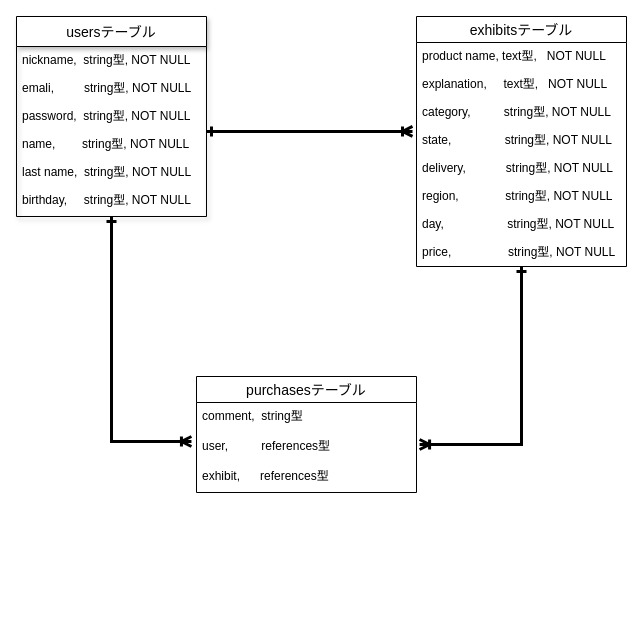
Earlier version of the draw.io diagram furima.dio (gurani115/furima-33418). Source tidied: cells renumbered, new cells numbered last; positions are measured from the earlier drawing's top-left corner, leaving out a move shared by most shapes. Both pictures are drawn from the tidied source at 100%, with x=0, y=0 at pixel (16, 16).
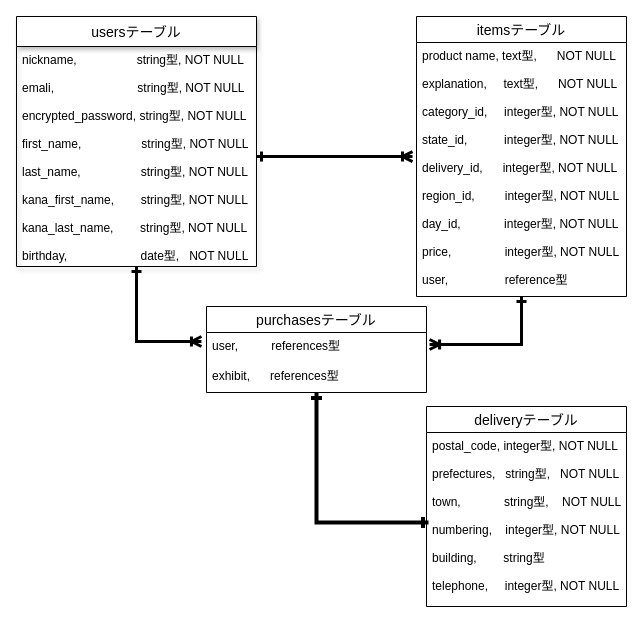
Above is the later version.

What changed in the source:
```diff
@@
 <mxGraphModel>
   <root>
     <mxCell id="0" />
     <mxCell id="1" parent="0" />
     <mxCell id="2" style="edgeStyle=orthogonalEdgeStyle;rounded=0;jettySize=auto;html=1;entryX=-0.023;entryY=0.3;entryDx=0;entryDy=0;entryPerimeter=0;startArrow=ERone;startFill=0;endArrow=ERoneToMany;endFill=0;strokeWidth=3;" parent="1" edge="1" source="3" target="11">
       <mxGeometry relative="1" as="geometry" />
     </mxCell>
     <mxCell id="3" value="usersテーブル" style="swimlane;fontStyle=0;horizontal=1;startSize=30;align=center;fontSize=14;shadow=1;" parent="1" vertex="1">
-      <mxGeometry width="190" height="200" as="geometry" />
+      <mxGeometry width="240" height="250" as="geometry" />
     </mxCell>
-    <mxCell id="4" value="nickname,  string型, NOT NULL&#10;&#10;emali,         string型, NOT NULL&#10;&#10;password,  string型, NOT NULL &#10;&#10;name,        string型, NOT NULL&#10;&#10;last name,  string型, NOT NULL&#10;&#10;birthday,     string型, NOT NULL" style="text;strokeColor=none;fillColor=none;spacingLeft=4;spacingRight=4;overflow=hidden;points=[[0,0.5],[1,0.5]];portConstraint=eastwest;fontSize=12;align=left;" parent="3" vertex="1">
-      <mxGeometry y="30" width="190" height="170" as="geometry" />
+    <mxCell id="4" value="nickname,                  string型, NOT NULL&#10;&#10;emali,                         string型, NOT NULL&#10;&#10;encrypted_password, string型, NOT NULL &#10;&#10;first_name,                  string型, NOT NULL&#10;&#10;last_name,                  string型, NOT NULL&#10;&#10;kana_first_name,        string型, NOT NULL&#10;&#10;kana_last_name,        string型, NOT NULL&#10;&#10;birthday,                      date型,   NOT NULL" style="text;strokeColor=none;fillColor=none;spacingLeft=4;spacingRight=4;overflow=hidden;points=[[0,0.5],[1,0.5]];portConstraint=eastwest;fontSize=12;align=left;" parent="3" vertex="1">
+      <mxGeometry y="30" width="240" height="220" as="geometry" />
     </mxCell>
     <mxCell id="5" style="edgeStyle=orthogonalEdgeStyle;rounded=0;jettySize=auto;html=1;entryX=1.014;entryY=0.4;entryDx=0;entryDy=0;entryPerimeter=0;startArrow=ERone;startFill=0;endArrow=ERoneToMany;endFill=0;strokeWidth=3;" parent="1" edge="1" source="6" target="11">
       <mxGeometry relative="1" as="geometry" />
     </mxCell>
-    <mxCell id="6" value="exhibitsテーブル" style="swimlane;fontStyle=0;horizontal=1;startSize=26;align=center;fontSize=14;" parent="1" vertex="1">
-      <mxGeometry x="400" width="210" height="250" as="geometry" />
+    <mxCell id="6" value="itemsテーブル" style="swimlane;fontStyle=0;horizontal=1;startSize=26;align=center;fontSize=14;" parent="1" vertex="1">
+      <mxGeometry x="400" width="210" height="280" as="geometry" />
     </mxCell>
-    <mxCell id="7" value="product name, text型,   NOT NULL&#10;&#10;explanation,     text型,   NOT NULL&#10;&#10;category,          string型, NOT NULL&#10;&#10;state,                string型, NOT NULL&#10;&#10;delivery,            string型, NOT NULL&#10;&#10;region,              string型, NOT NULL&#10;&#10;day,                   string型, NOT NULL&#10;&#10;price,                 string型, NOT NULL&#10;" style="text;strokeColor=none;fillColor=none;spacingLeft=4;spacingRight=4;overflow=hidden;points=[[0,0.5],[1,0.5]];portConstraint=eastwest;fontSize=12;" parent="6" vertex="1">
-      <mxGeometry y="26" width="210" height="224" as="geometry" />
+    <mxCell id="7" value="product name, text型,      NOT NULL&#10;&#10;explanation,     text型,      NOT NULL&#10;&#10;category_id,     integer型, NOT NULL&#10;&#10;state_id,           integer型, NOT NULL&#10;&#10;delivery_id,      integer型, NOT NULL&#10;&#10;region_id,         integer型, NOT NULL&#10;&#10;day_id,             integer型, NOT NULL&#10;&#10;price,                integer型, NOT NULL&#10;&#10;user,                 reference型&#10;" style="text;strokeColor=none;fillColor=none;spacingLeft=4;spacingRight=4;overflow=hidden;points=[[0,0.5],[1,0.5]];portConstraint=eastwest;fontSize=12;" parent="6" vertex="1">
+      <mxGeometry y="26" width="210" height="254" as="geometry" />
     </mxCell>
-    <mxCell id="8" style="edgeStyle=orthogonalEdgeStyle;rounded=0;jettySize=auto;html=1;entryX=-0.019;entryY=0.397;entryDx=0;entryDy=0;entryPerimeter=0;startArrow=ERone;startFill=0;endArrow=ERoneToMany;endFill=0;strokeWidth=3;" parent="1" edge="1" source="4" target="7">
+    <mxCell id="8" style="edgeStyle=orthogonalEdgeStyle;rounded=0;jettySize=auto;html=1;entryX=-0.019;entryY=0.449;entryDx=0;entryDy=0;entryPerimeter=0;startArrow=ERone;startFill=0;endArrow=ERoneToMany;endFill=0;strokeWidth=3;" parent="1" edge="1" source="4" target="7">
       <mxGeometry relative="1" as="geometry" />
     </mxCell>
+    <mxCell id="13" style="edgeStyle=orthogonalEdgeStyle;rounded=0;jettySize=auto;html=1;entryX=0.01;entryY=0.517;entryDx=0;entryDy=0;entryPerimeter=0;startArrow=ERone;startFill=0;endArrow=ERone;endFill=0;strokeWidth=4;" parent="1" edge="1" source="9" target="15">
+      <mxGeometry relative="1" as="geometry" />
+    </mxCell>
     <mxCell id="9" value="purchasesテーブル" style="swimlane;fontStyle=0;horizontal=1;startSize=26;align=center;fontSize=14;" parent="1" vertex="1">
-      <mxGeometry x="180" y="360" width="220" height="116" as="geometry" />
+      <mxGeometry x="190" y="290" width="220" height="86" as="geometry" />
     </mxCell>
-    <mxCell id="10" value="comment,  string型" style="text;strokeColor=none;fillColor=none;spacingLeft=4;spacingRight=4;overflow=hidden;fontSize=12;" parent="9" vertex="1">
-      <mxGeometry y="26" width="220" height="30" as="geometry" />
-    </mxCell>
     <mxCell id="11" value="user,          references型" style="text;strokeColor=none;fillColor=none;spacingLeft=4;spacingRight=4;overflow=hidden;points=[[0,0.5],[1,0.5]];portConstraint=eastwest;fontSize=12;" parent="9" vertex="1">
-      <mxGeometry y="56" width="220" height="30" as="geometry" />
+      <mxGeometry y="26" width="220" height="30" as="geometry" />
     </mxCell>
     <mxCell id="12" value="exhibit,      references型" style="text;strokeColor=none;fillColor=none;spacingLeft=4;spacingRight=4;overflow=hidden;fontSize=12;" parent="9" vertex="1">
-      <mxGeometry y="86" width="220" height="30" as="geometry" />
+      <mxGeometry y="56" width="220" height="30" as="geometry" />
     </mxCell>
+    <mxCell id="14" value="deliveryテーブル" style="swimlane;fontStyle=0;horizontal=1;startSize=26;align=center;fontSize=14;" parent="1" vertex="1">
+      <mxGeometry x="410" y="390" width="200" height="200" as="geometry" />
+    </mxCell>
+    <mxCell id="15" value="postal_code, integer型, NOT NULL&#10;&#10;prefectures,   string型,   NOT NULL&#10;&#10;town,             string型,    NOT NULL&#10;&#10;numbering,    integer型, NOT NULL&#10;&#10;building,        string型&#10;&#10;telephone,     integer型, NOT NULL" style="text;strokeColor=none;fillColor=none;spacingLeft=4;spacingRight=4;overflow=hidden;points=[[0,0.5],[1,0.5]];portConstraint=eastwest;fontSize=12;" parent="14" vertex="1">
+      <mxGeometry y="26" width="200" height="174" as="geometry" />
+    </mxCell>
   </root>
 </mxGraphModel>
```
